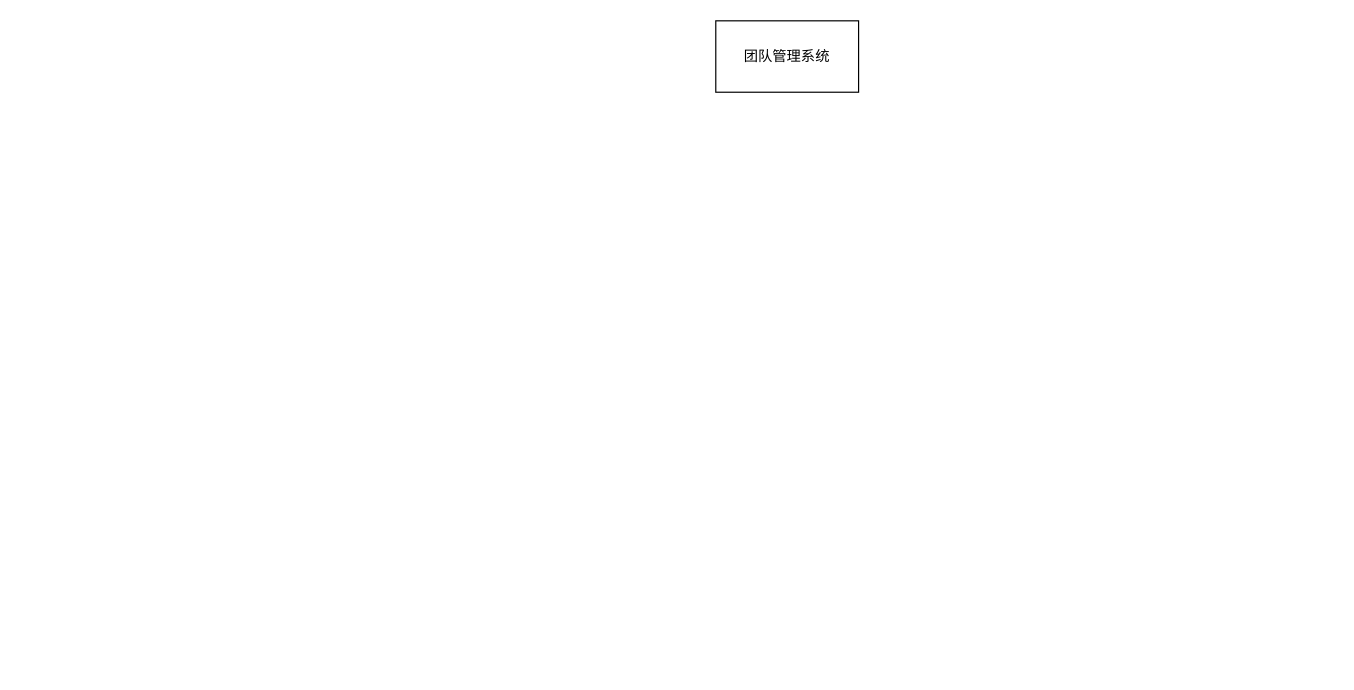
Above: 未命名绘图.drawio in lkba/shopping (draw.io), before the change. Source tidied: cells renumbered, new cells numbered last; positions are measured from the earlier drawing's top-left corner, leaving out a move shared by most shapes. Both pictures are drawn from the tidied source at 119%, with x=0, y=0 at pixel (715, 20).
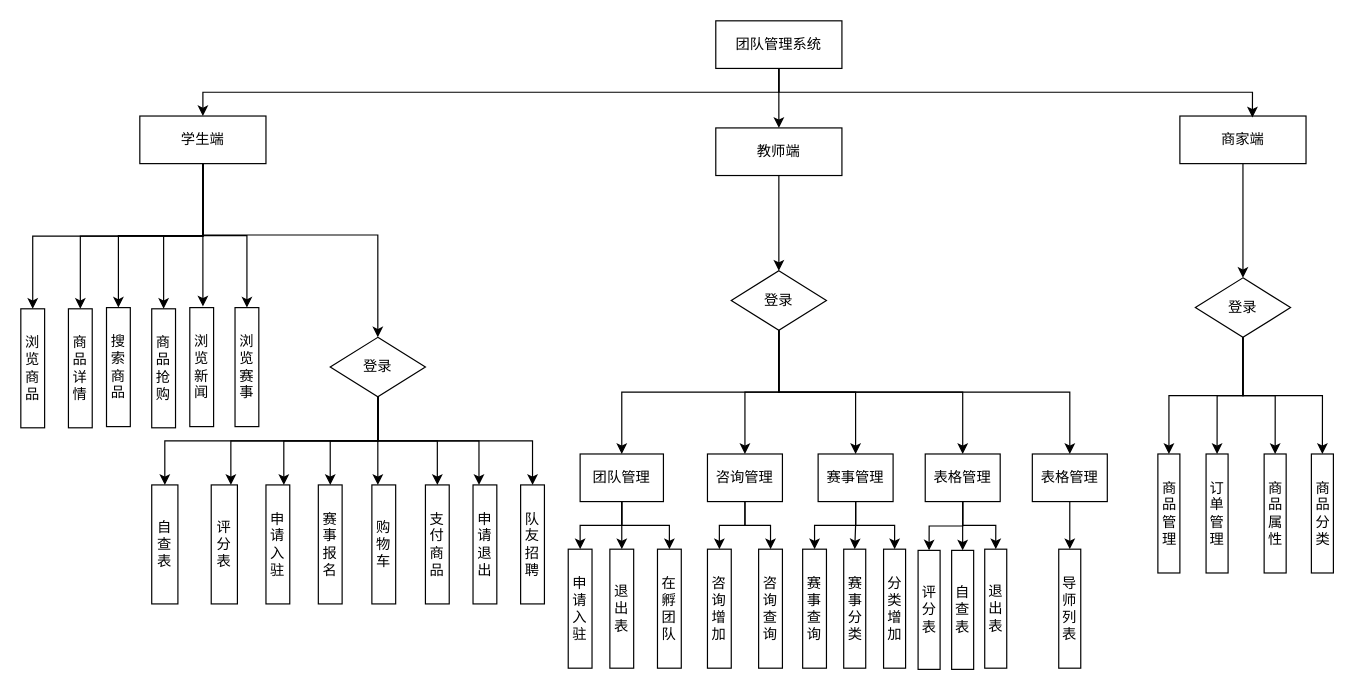
The same diagram, later.

Commit message:
更新未命名绘图.drawio

The edit, as a diff of the source:
```diff
@@
     <mxCell id="2" value="团队管理系统" style="rounded=0;whiteSpace=wrap;html=1;" parent="1" vertex="1">
-      <mxGeometry width="120" height="60" as="geometry" />
+      <mxGeometry width="106" height="40" as="geometry" />
     </mxCell>
+    <mxCell id="3" style="edgeStyle=orthogonalEdgeStyle;rounded=0;jettySize=auto;html=1;entryX=0.5;entryY=0;entryDx=0;entryDy=0;exitX=0.5;exitY=1;exitDx=0;exitDy=0;" parent="1" edge="1" source="2" target="9">
+      <mxGeometry relative="1" as="geometry" />
+    </mxCell>
+    <mxCell id="4" style="edgeStyle=orthogonalEdgeStyle;rounded=0;jettySize=auto;html=1;exitX=0.5;exitY=1;exitDx=0;exitDy=0;" parent="1" edge="1" source="6" target="7">
+      <mxGeometry relative="1" as="geometry" />
+    </mxCell>
+    <mxCell id="5" style="edgeStyle=orthogonalEdgeStyle;rounded=0;jettySize=auto;html=1;exitX=0.5;exitY=1;exitDx=0;exitDy=0;entryX=0.5;entryY=0;entryDx=0;entryDy=0;" parent="1" edge="1" source="6" target="18">
+      <mxGeometry relative="1" as="geometry" />
+    </mxCell>
+    <mxCell id="6" value="学生端" style="rounded=0;whiteSpace=wrap;html=1;" parent="1" vertex="1">
+      <mxGeometry x="-484" y="80" width="106" height="40" as="geometry" />
+    </mxCell>
+    <mxCell id="7" value="商品详情" style="rounded=0;whiteSpace=wrap;html=1;" parent="1" vertex="1">
+      <mxGeometry x="-544" y="242" width="20" height="100" as="geometry" />
+    </mxCell>
+    <mxCell id="8" value="浏览商品" style="rounded=0;whiteSpace=wrap;html=1;" parent="1" vertex="1">
+      <mxGeometry x="-584" y="242" width="20" height="100" as="geometry" />
+    </mxCell>
+    <mxCell id="9" value="教师端" style="rounded=0;whiteSpace=wrap;html=1;" parent="1" vertex="1">
+      <mxGeometry y="90" width="106" height="40" as="geometry" />
+    </mxCell>
+    <mxCell id="10" value="商家端" style="rounded=0;whiteSpace=wrap;html=1;" parent="1" vertex="1">
+      <mxGeometry x="390" y="80" width="106" height="40" as="geometry" />
+    </mxCell>
+    <mxCell id="11" value="登录" style="rhombus;whiteSpace=wrap;html=1;" parent="1" vertex="1">
+      <mxGeometry x="-324" y="266" width="80" height="50" as="geometry" />
+    </mxCell>
+    <mxCell id="12" style="edgeStyle=orthogonalEdgeStyle;rounded=0;jettySize=auto;html=1;entryX=0.5;entryY=0;entryDx=0;entryDy=0;exitX=0.5;exitY=1;exitDx=0;exitDy=0;" parent="1" edge="1" source="2" target="6">
+      <mxGeometry relative="1" as="geometry" />
+    </mxCell>
+    <mxCell id="13" style="edgeStyle=orthogonalEdgeStyle;rounded=0;jettySize=auto;html=1;entryX=0.575;entryY=0.03;entryDx=0;entryDy=0;exitX=0.5;exitY=1;exitDx=0;exitDy=0;entryPerimeter=0;" parent="1" edge="1" source="2" target="10">
+      <mxGeometry relative="1" as="geometry" />
+    </mxCell>
+    <mxCell id="14" style="edgeStyle=orthogonalEdgeStyle;rounded=0;jettySize=auto;html=1;exitX=0.5;exitY=1;exitDx=0;exitDy=0;entryX=0.5;entryY=0;entryDx=0;entryDy=0;" parent="1" edge="1" source="6" target="8">
+      <mxGeometry relative="1" as="geometry" />
+    </mxCell>
+    <mxCell id="15" value="浏览新闻" style="rounded=0;whiteSpace=wrap;html=1;" parent="1" vertex="1">
+      <mxGeometry x="-442" y="241" width="20" height="100" as="geometry" />
+    </mxCell>
+    <mxCell id="16" value="浏览赛事" style="rounded=0;whiteSpace=wrap;html=1;" parent="1" vertex="1">
+      <mxGeometry x="-404" y="241" width="20" height="100" as="geometry" />
+    </mxCell>
+    <mxCell id="17" value="商品抢购" style="rounded=0;whiteSpace=wrap;html=1;" parent="1" vertex="1">
+      <mxGeometry x="-474" y="242" width="20" height="100" as="geometry" />
+    </mxCell>
+    <mxCell id="18" value="搜索商品" style="rounded=0;whiteSpace=wrap;html=1;" parent="1" vertex="1">
+      <mxGeometry x="-512" y="241" width="20" height="100" as="geometry" />
+    </mxCell>
+    <mxCell id="19" style="edgeStyle=orthogonalEdgeStyle;rounded=0;jettySize=auto;html=1;exitX=0.5;exitY=1;exitDx=0;exitDy=0;entryX=0.5;entryY=0;entryDx=0;entryDy=0;" parent="1" edge="1" source="6" target="17">
+      <mxGeometry relative="1" as="geometry" />
+    </mxCell>
+    <mxCell id="20" style="edgeStyle=orthogonalEdgeStyle;rounded=0;jettySize=auto;html=1;exitX=0.5;exitY=1;exitDx=0;exitDy=0;" parent="1" edge="1" source="6">
+      <mxGeometry relative="1" as="geometry">
+        <mxPoint x="-431" y="240" as="targetPoint" />
+      </mxGeometry>
+    </mxCell>
+    <mxCell id="21" style="edgeStyle=orthogonalEdgeStyle;rounded=0;jettySize=auto;html=1;exitX=0.5;exitY=1;exitDx=0;exitDy=0;entryX=0.5;entryY=0;entryDx=0;entryDy=0;" parent="1" edge="1" source="6" target="16">
+      <mxGeometry relative="1" as="geometry" />
+    </mxCell>
+    <mxCell id="22" style="edgeStyle=orthogonalEdgeStyle;rounded=0;jettySize=auto;html=1;exitX=0.5;exitY=1;exitDx=0;exitDy=0;entryX=0.5;entryY=0;entryDx=0;entryDy=0;" parent="1" edge="1" source="6" target="11">
+      <mxGeometry relative="1" as="geometry">
+        <Array as="points">
+          <mxPoint x="-431" y="180" />
+          <mxPoint x="-284" y="180" />
+        </Array>
+      </mxGeometry>
+    </mxCell>
+    <mxCell id="23" value="购物车" style="rounded=0;whiteSpace=wrap;html=1;" parent="1" vertex="1">
+      <mxGeometry x="-289" y="390" width="20" height="100" as="geometry" />
+    </mxCell>
+    <mxCell id="24" style="edgeStyle=orthogonalEdgeStyle;rounded=0;jettySize=auto;html=1;exitX=0.5;exitY=1;exitDx=0;exitDy=0;entryX=0.25;entryY=0;entryDx=0;entryDy=0;" parent="1" edge="1" source="11" target="23">
+      <mxGeometry relative="1" as="geometry" />
+    </mxCell>
+    <mxCell id="25" value="支付商品" style="rounded=0;whiteSpace=wrap;html=1;" parent="1" vertex="1">
+      <mxGeometry x="-244" y="390" width="20" height="100" as="geometry" />
+    </mxCell>
+    <mxCell id="26" value="赛事报名" style="rounded=0;whiteSpace=wrap;html=1;" parent="1" vertex="1">
+      <mxGeometry x="-334" y="390" width="20" height="100" as="geometry" />
+    </mxCell>
+    <mxCell id="27" value="申请入驻" style="rounded=0;whiteSpace=wrap;html=1;" parent="1" vertex="1">
+      <mxGeometry x="-378" y="390" width="20" height="100" as="geometry" />
+    </mxCell>
+    <mxCell id="28" value="申请退出" style="rounded=0;whiteSpace=wrap;html=1;" parent="1" vertex="1">
+      <mxGeometry x="-204" y="390" width="20" height="100" as="geometry" />
+    </mxCell>
+    <mxCell id="29" value="评分表" style="rounded=0;whiteSpace=wrap;html=1;" parent="1" vertex="1">
+      <mxGeometry x="-424" y="390" width="22" height="100" as="geometry" />
+    </mxCell>
+    <mxCell id="30" value="自查表" style="rounded=0;whiteSpace=wrap;html=1;" parent="1" vertex="1">
+      <mxGeometry x="-474" y="390" width="22" height="100" as="geometry" />
+    </mxCell>
+    <mxCell id="31" value="队友招聘" style="rounded=0;whiteSpace=wrap;html=1;" parent="1" vertex="1">
+      <mxGeometry x="-164" y="390" width="20" height="100" as="geometry" />
+    </mxCell>
+    <mxCell id="32" style="edgeStyle=orthogonalEdgeStyle;rounded=0;jettySize=auto;html=1;exitX=0.5;exitY=1;exitDx=0;exitDy=0;entryX=0.5;entryY=0;entryDx=0;entryDy=0;" parent="1" edge="1" source="11" target="25">
+      <mxGeometry relative="1" as="geometry" />
+    </mxCell>
+    <mxCell id="33" style="edgeStyle=orthogonalEdgeStyle;rounded=0;jettySize=auto;html=1;exitX=0.5;exitY=1;exitDx=0;exitDy=0;entryX=0.25;entryY=0;entryDx=0;entryDy=0;" parent="1" edge="1" source="11" target="28">
+      <mxGeometry relative="1" as="geometry" />
+    </mxCell>
+    <mxCell id="34" style="edgeStyle=orthogonalEdgeStyle;rounded=0;jettySize=auto;html=1;exitX=0.5;exitY=1;exitDx=0;exitDy=0;entryX=0.5;entryY=0;entryDx=0;entryDy=0;" parent="1" edge="1" source="11" target="31">
+      <mxGeometry relative="1" as="geometry" />
+    </mxCell>
+    <mxCell id="35" style="edgeStyle=orthogonalEdgeStyle;rounded=0;jettySize=auto;html=1;exitX=0.5;exitY=1;exitDx=0;exitDy=0;entryX=0.5;entryY=0;entryDx=0;entryDy=0;" parent="1" edge="1" source="11" target="26">
+      <mxGeometry relative="1" as="geometry" />
+    </mxCell>
+    <mxCell id="36" style="edgeStyle=orthogonalEdgeStyle;rounded=0;jettySize=auto;html=1;exitX=0.5;exitY=1;exitDx=0;exitDy=0;entryX=0.75;entryY=0;entryDx=0;entryDy=0;" parent="1" edge="1" source="11" target="27">
+      <mxGeometry relative="1" as="geometry" />
+    </mxCell>
+    <mxCell id="37" style="edgeStyle=orthogonalEdgeStyle;rounded=0;jettySize=auto;html=1;exitX=0.5;exitY=1;exitDx=0;exitDy=0;entryX=0.75;entryY=0;entryDx=0;entryDy=0;" parent="1" edge="1" source="11" target="29">
+      <mxGeometry relative="1" as="geometry" />
+    </mxCell>
+    <mxCell id="38" style="edgeStyle=orthogonalEdgeStyle;rounded=0;jettySize=auto;html=1;exitX=0.5;exitY=1;exitDx=0;exitDy=0;entryX=0.5;entryY=0;entryDx=0;entryDy=0;" parent="1" edge="1" source="11" target="30">
+      <mxGeometry relative="1" as="geometry" />
+    </mxCell>
+    <mxCell id="39" value="登录" style="rhombus;whiteSpace=wrap;html=1;" parent="1" vertex="1">
+      <mxGeometry x="13" y="210" width="80" height="50" as="geometry" />
+    </mxCell>
+    <mxCell id="40" style="edgeStyle=orthogonalEdgeStyle;rounded=0;jettySize=auto;html=1;exitX=0.5;exitY=1;exitDx=0;exitDy=0;entryX=0.5;entryY=0;entryDx=0;entryDy=0;" parent="1" edge="1" source="9" target="39">
+      <mxGeometry relative="1" as="geometry" />
+    </mxCell>
+    <mxCell id="41" value="团队管理" style="rounded=0;whiteSpace=wrap;html=1;" parent="1" vertex="1">
+      <mxGeometry x="-114" y="364" width="70" height="40" as="geometry" />
+    </mxCell>
+    <mxCell id="42" value="咨询管理" style="rounded=0;whiteSpace=wrap;html=1;" parent="1" vertex="1">
+      <mxGeometry x="-7" y="364" width="63" height="40" as="geometry" />
+    </mxCell>
+    <mxCell id="43" style="edgeStyle=orthogonalEdgeStyle;rounded=0;jettySize=auto;html=1;exitX=0.5;exitY=1;exitDx=0;exitDy=0;entryX=0.5;entryY=0;entryDx=0;entryDy=0;" parent="1" edge="1" source="39" target="41">
+      <mxGeometry relative="1" as="geometry" />
+    </mxCell>
+    <mxCell id="44" value="申请入驻" style="rounded=0;whiteSpace=wrap;html=1;" parent="1" vertex="1">
+      <mxGeometry x="-124" y="444" width="20" height="100" as="geometry" />
+    </mxCell>
+    <mxCell id="45" value="退出表" style="rounded=0;whiteSpace=wrap;html=1;" parent="1" vertex="1">
+      <mxGeometry x="-89" y="444" width="20" height="100" as="geometry" />
+    </mxCell>
+    <mxCell id="46" value="在孵团队" style="rounded=0;whiteSpace=wrap;html=1;" parent="1" vertex="1">
+      <mxGeometry x="-49" y="444" width="20" height="100" as="geometry" />
+    </mxCell>
+    <mxCell id="47" style="edgeStyle=orthogonalEdgeStyle;rounded=0;jettySize=auto;html=1;exitX=0.5;exitY=1;exitDx=0;exitDy=0;entryX=0.5;entryY=0;entryDx=0;entryDy=0;" parent="1" edge="1" source="41" target="44">
+      <mxGeometry relative="1" as="geometry" />
+    </mxCell>
+    <mxCell id="48" style="edgeStyle=orthogonalEdgeStyle;rounded=0;jettySize=auto;html=1;exitX=0.5;exitY=1;exitDx=0;exitDy=0;entryX=0.5;entryY=0;entryDx=0;entryDy=0;" parent="1" edge="1" source="41" target="45">
+      <mxGeometry relative="1" as="geometry" />
+    </mxCell>
+    <mxCell id="49" style="edgeStyle=orthogonalEdgeStyle;rounded=0;jettySize=auto;html=1;exitX=0.5;exitY=1;exitDx=0;exitDy=0;entryX=0.5;entryY=0;entryDx=0;entryDy=0;" parent="1" edge="1" source="41" target="46">
+      <mxGeometry relative="1" as="geometry" />
+    </mxCell>
+    <mxCell id="50" value="咨询增加" style="rounded=0;whiteSpace=wrap;html=1;" parent="1" vertex="1">
+      <mxGeometry x="-7" y="444" width="20" height="100" as="geometry" />
+    </mxCell>
+    <mxCell id="51" value="咨询查询" style="rounded=0;whiteSpace=wrap;html=1;" parent="1" vertex="1">
+      <mxGeometry x="36" y="444" width="20" height="100" as="geometry" />
+    </mxCell>
+    <mxCell id="52" style="edgeStyle=orthogonalEdgeStyle;rounded=0;jettySize=auto;html=1;exitX=0.5;exitY=1;exitDx=0;exitDy=0;entryX=0.5;entryY=0;entryDx=0;entryDy=0;" parent="1" edge="1" source="39" target="42">
+      <mxGeometry relative="1" as="geometry" />
+    </mxCell>
+    <mxCell id="53" style="edgeStyle=orthogonalEdgeStyle;rounded=0;jettySize=auto;html=1;exitX=0.5;exitY=1;exitDx=0;exitDy=0;entryX=0.5;entryY=0;entryDx=0;entryDy=0;" parent="1" edge="1" source="42" target="50">
+      <mxGeometry relative="1" as="geometry" />
+    </mxCell>
+    <mxCell id="54" style="edgeStyle=orthogonalEdgeStyle;rounded=0;jettySize=auto;html=1;exitX=0.5;exitY=1;exitDx=0;exitDy=0;entryX=0.5;entryY=0;entryDx=0;entryDy=0;" parent="1" edge="1" source="42" target="51">
+      <mxGeometry relative="1" as="geometry" />
+    </mxCell>
+    <mxCell id="55" value="赛事管理" style="rounded=0;whiteSpace=wrap;html=1;" parent="1" vertex="1">
+      <mxGeometry x="86" y="364" width="63" height="40" as="geometry" />
+    </mxCell>
+    <mxCell id="56" value="赛事查询" style="rounded=0;whiteSpace=wrap;html=1;" parent="1" vertex="1">
+      <mxGeometry x="73" y="444" width="20" height="100" as="geometry" />
+    </mxCell>
+    <mxCell id="57" value="赛事分类" style="rounded=0;whiteSpace=wrap;html=1;" parent="1" vertex="1">
+      <mxGeometry x="107.5" y="444" width="18.5" height="100" as="geometry" />
+    </mxCell>
+    <mxCell id="58" value="分类增加" style="rounded=0;whiteSpace=wrap;html=1;" parent="1" vertex="1">
+      <mxGeometry x="141" y="444" width="18.5" height="100" as="geometry" />
+    </mxCell>
+    <mxCell id="59" style="edgeStyle=orthogonalEdgeStyle;rounded=0;jettySize=auto;html=1;exitX=0.5;exitY=1;exitDx=0;exitDy=0;entryX=0.5;entryY=0;entryDx=0;entryDy=0;" parent="1" edge="1" source="55" target="56">
+      <mxGeometry relative="1" as="geometry" />
+    </mxCell>
+    <mxCell id="60" style="edgeStyle=orthogonalEdgeStyle;rounded=0;jettySize=auto;html=1;exitX=0.5;exitY=1;exitDx=0;exitDy=0;entryX=0.5;entryY=0;entryDx=0;entryDy=0;" parent="1" edge="1" source="55" target="57">
+      <mxGeometry relative="1" as="geometry" />
+    </mxCell>
+    <mxCell id="61" style="edgeStyle=orthogonalEdgeStyle;rounded=0;jettySize=auto;html=1;exitX=0.5;exitY=1;exitDx=0;exitDy=0;entryX=0.5;entryY=0;entryDx=0;entryDy=0;" parent="1" edge="1" source="55" target="58">
+      <mxGeometry relative="1" as="geometry" />
+    </mxCell>
+    <mxCell id="62" style="edgeStyle=orthogonalEdgeStyle;rounded=0;jettySize=auto;html=1;exitX=0.5;exitY=1;exitDx=0;exitDy=0;" parent="1" edge="1" source="39" target="55">
+      <mxGeometry relative="1" as="geometry" />
+    </mxCell>
+    <mxCell id="63" value="表格管理" style="rounded=0;whiteSpace=wrap;html=1;" parent="1" vertex="1">
+      <mxGeometry x="176" y="364" width="63" height="40" as="geometry" />
+    </mxCell>
+    <mxCell id="64" value="评&lt;br&gt;分表" style="rounded=0;whiteSpace=wrap;html=1;" parent="1" vertex="1">
+      <mxGeometry x="170" y="445" width="18.5" height="100" as="geometry" />
+    </mxCell>
+    <mxCell id="65" value="自查表" style="rounded=0;whiteSpace=wrap;html=1;" parent="1" vertex="1">
+      <mxGeometry x="198.2" y="445" width="18.5" height="100" as="geometry" />
+    </mxCell>
+    <mxCell id="66" value="退出表" style="rounded=0;whiteSpace=wrap;html=1;" parent="1" vertex="1">
+      <mxGeometry x="226" y="444" width="18.5" height="100" as="geometry" />
+    </mxCell>
+    <mxCell id="67" value="表格管理" style="rounded=0;whiteSpace=wrap;html=1;" parent="1" vertex="1">
+      <mxGeometry x="266" y="364" width="63" height="40" as="geometry" />
+    </mxCell>
+    <mxCell id="68" value="导师列表" style="rounded=0;whiteSpace=wrap;html=1;" parent="1" vertex="1">
+      <mxGeometry x="288.2" y="444" width="18.5" height="100" as="geometry" />
+    </mxCell>
+    <mxCell id="69" style="edgeStyle=orthogonalEdgeStyle;rounded=0;jettySize=auto;html=1;exitX=0.5;exitY=1;exitDx=0;exitDy=0;entryX=0.5;entryY=0;entryDx=0;entryDy=0;" parent="1" edge="1" source="39" target="63">
+      <mxGeometry relative="1" as="geometry" />
+    </mxCell>
+    <mxCell id="70" style="edgeStyle=orthogonalEdgeStyle;rounded=0;jettySize=auto;html=1;exitX=0.5;exitY=1;exitDx=0;exitDy=0;entryX=0.5;entryY=0;entryDx=0;entryDy=0;" parent="1" edge="1" source="39" target="67">
+      <mxGeometry relative="1" as="geometry" />
+    </mxCell>
+    <mxCell id="71" style="edgeStyle=orthogonalEdgeStyle;rounded=0;jettySize=auto;html=1;exitX=0.5;exitY=1;exitDx=0;exitDy=0;entryX=0.5;entryY=0;entryDx=0;entryDy=0;" parent="1" edge="1" source="63" target="64">
+      <mxGeometry relative="1" as="geometry" />
+    </mxCell>
+    <mxCell id="72" style="edgeStyle=orthogonalEdgeStyle;rounded=0;jettySize=auto;html=1;exitX=0.5;exitY=1;exitDx=0;exitDy=0;entryX=0.5;entryY=0;entryDx=0;entryDy=0;" parent="1" edge="1" source="63" target="65">
+      <mxGeometry relative="1" as="geometry" />
+    </mxCell>
+    <mxCell id="73" style="edgeStyle=orthogonalEdgeStyle;rounded=0;jettySize=auto;html=1;exitX=0.5;exitY=1;exitDx=0;exitDy=0;entryX=0.5;entryY=0;entryDx=0;entryDy=0;" parent="1" edge="1" source="63" target="66">
+      <mxGeometry relative="1" as="geometry" />
+    </mxCell>
+    <mxCell id="74" style="edgeStyle=orthogonalEdgeStyle;rounded=0;jettySize=auto;html=1;exitX=0.5;exitY=1;exitDx=0;exitDy=0;entryX=0.5;entryY=0;entryDx=0;entryDy=0;" parent="1" edge="1" source="67" target="68">
+      <mxGeometry relative="1" as="geometry" />
+    </mxCell>
+    <mxCell id="75" value="登录" style="rhombus;whiteSpace=wrap;html=1;" parent="1" vertex="1">
+      <mxGeometry x="403" y="216" width="80" height="50" as="geometry" />
+    </mxCell>
+    <mxCell id="76" value="商品管理" style="rounded=0;whiteSpace=wrap;html=1;" parent="1" vertex="1">
+      <mxGeometry x="371.5" y="364" width="18.5" height="100" as="geometry" />
+    </mxCell>
+    <mxCell id="77" value="商品属性" style="rounded=0;whiteSpace=wrap;html=1;" parent="1" vertex="1">
+      <mxGeometry x="460.8" y="364" width="18.5" height="100" as="geometry" />
+    </mxCell>
+    <mxCell id="78" value="订单管理" style="rounded=0;whiteSpace=wrap;html=1;" parent="1" vertex="1">
+      <mxGeometry x="412" y="364" width="18.5" height="100" as="geometry" />
+    </mxCell>
+    <mxCell id="79" value="商品分类" style="rounded=0;whiteSpace=wrap;html=1;" parent="1" vertex="1">
+      <mxGeometry x="500.5" y="364" width="18.5" height="100" as="geometry" />
+    </mxCell>
+    <mxCell id="80" style="edgeStyle=orthogonalEdgeStyle;rounded=0;jettySize=auto;html=1;exitX=0.5;exitY=1;exitDx=0;exitDy=0;" parent="1" edge="1" source="75" target="76">
+      <mxGeometry relative="1" as="geometry" />
+    </mxCell>
+    <mxCell id="81" style="edgeStyle=orthogonalEdgeStyle;rounded=0;jettySize=auto;html=1;exitX=0.5;exitY=1;exitDx=0;exitDy=0;entryX=0.5;entryY=0;entryDx=0;entryDy=0;" parent="1" edge="1" source="75" target="78">
+      <mxGeometry relative="1" as="geometry" />
+    </mxCell>
+    <mxCell id="82" style="edgeStyle=orthogonalEdgeStyle;rounded=0;jettySize=auto;html=1;exitX=0.5;exitY=1;exitDx=0;exitDy=0;entryX=0.5;entryY=0;entryDx=0;entryDy=0;" parent="1" edge="1" source="75" target="77">
+      <mxGeometry relative="1" as="geometry" />
+    </mxCell>
+    <mxCell id="83" style="edgeStyle=orthogonalEdgeStyle;rounded=0;jettySize=auto;html=1;exitX=0.5;exitY=1;exitDx=0;exitDy=0;entryX=0.5;entryY=0;entryDx=0;entryDy=0;" parent="1" edge="1" source="75" target="79">
+      <mxGeometry relative="1" as="geometry" />
+    </mxCell>
+    <mxCell id="84" style="edgeStyle=orthogonalEdgeStyle;rounded=0;jettySize=auto;html=1;exitX=0.5;exitY=1;exitDx=0;exitDy=0;entryX=0.5;entryY=0;entryDx=0;entryDy=0;" parent="1" edge="1" source="10" target="75">
+      <mxGeometry relative="1" as="geometry" />
+    </mxCell>
```
